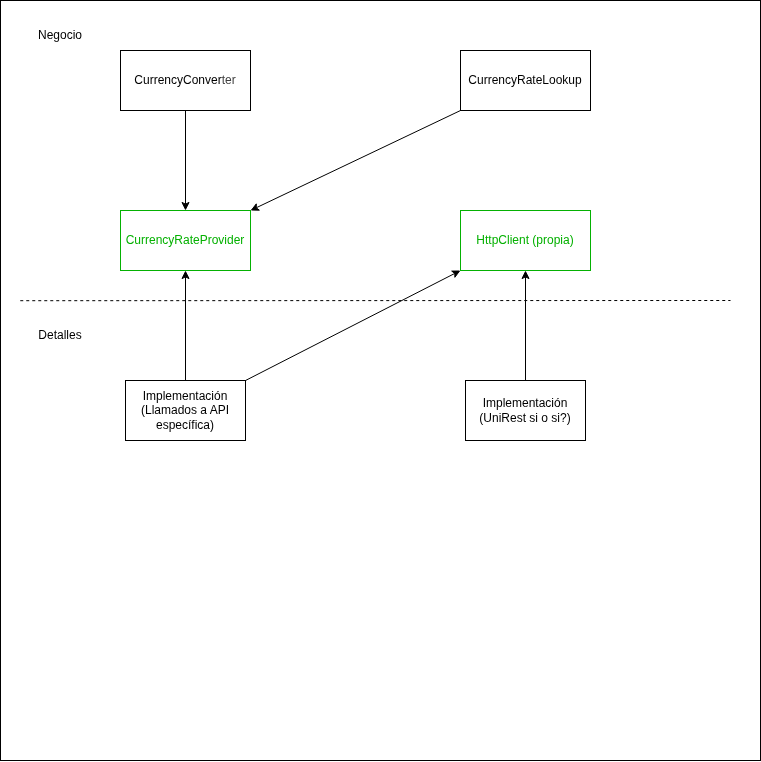
Above: diagram.png in Tobias-Noceda/DPS-TP1 (draw.io), before the change. Source tidied: cells renumbered, new cells last; positions are measured from the earlier drawing's top-left corner, leaving out a move shared by most shapes. The source it was exported from:
```xml
<mxGraphModel>
  <root>
    <mxCell id="0" />
    <mxCell id="1" parent="0" />
    <mxCell id="2" style="rounded=0;whiteSpace=wrap;html=1;" parent="1" vertex="1">
      <mxGeometry width="760" height="760" as="geometry" />
    </mxCell>
    <mxCell id="3" value="CurrencyRateProvider" style="rounded=0;whiteSpace=wrap;html=1;strokeColor=light-dark(#05B102,#EDEDED);fontColor=light-dark(#05b102, #ededed);" parent="1" vertex="1">
      <mxGeometry x="120" y="210" width="130" height="60" as="geometry" />
    </mxCell>
    <mxCell id="4" style="edgeStyle=none;html=1;exitX=0.5;exitY=1;exitDx=0;exitDy=0;" parent="1" edge="1" source="5" target="3">
      <mxGeometry relative="1" as="geometry" />
    </mxCell>
    <mxCell id="5" value="CurrencyConver&lt;span style=&quot;color: rgb(63, 63, 63); background-color: transparent;&quot;&gt;ter&lt;/span&gt;" style="rounded=0;whiteSpace=wrap;html=1;" parent="1" vertex="1">
      <mxGeometry x="120" y="50" width="130" height="60" as="geometry" />
    </mxCell>
    <mxCell id="6" style="edgeStyle=none;html=1;exitX=0;exitY=1;exitDx=0;exitDy=0;entryX=1;entryY=0;entryDx=0;entryDy=0;" parent="1" edge="1" source="7" target="3">
      <mxGeometry relative="1" as="geometry" />
    </mxCell>
    <mxCell id="7" value="CurrencyRateLookup" style="rounded=0;whiteSpace=wrap;html=1;" parent="1" vertex="1">
      <mxGeometry x="460" y="50" width="130" height="60" as="geometry" />
    </mxCell>
    <mxCell id="8" value="HttpClient (propia)" style="rounded=0;whiteSpace=wrap;html=1;fontColor=light-dark(#05b102, #ededed);strokeColor=#05B102;" parent="1" vertex="1">
      <mxGeometry x="460" y="210" width="130" height="60" as="geometry" />
    </mxCell>
    <mxCell id="9" style="endArrow=none;dashed=1;html=1;exitX=0.026;exitY=0.395;exitDx=0;exitDy=0;exitPerimeter=0;" parent="1" edge="1" source="2">
      <mxGeometry relative="1" as="geometry">
        <mxPoint x="730" y="300" as="targetPoint" />
      </mxGeometry>
    </mxCell>
    <mxCell id="10" value="Negocio" style="text;html=1;align=center;verticalAlign=middle;whiteSpace=wrap;rounded=0;" parent="1" vertex="1">
      <mxGeometry x="30" y="20" width="60" height="30" as="geometry" />
    </mxCell>
    <mxCell id="11" value="Detalles" style="text;html=1;align=center;verticalAlign=middle;whiteSpace=wrap;rounded=0;" parent="1" vertex="1">
      <mxGeometry x="30" y="320" width="60" height="30" as="geometry" />
    </mxCell>
    <mxCell id="12" style="edgeStyle=none;html=1;exitX=0.5;exitY=0;exitDx=0;exitDy=0;entryX=0.5;entryY=1;entryDx=0;entryDy=0;" parent="1" edge="1" source="14" target="3">
      <mxGeometry relative="1" as="geometry" />
    </mxCell>
    <mxCell id="13" style="edgeStyle=none;html=1;exitX=1;exitY=0;exitDx=0;exitDy=0;entryX=0;entryY=1;entryDx=0;entryDy=0;" parent="1" edge="1" source="14" target="8">
      <mxGeometry relative="1" as="geometry" />
    </mxCell>
    <mxCell id="14" value="Implementación&lt;br&gt;(Llamados a API específica)" style="rounded=0;whiteSpace=wrap;html=1;" parent="1" vertex="1">
      <mxGeometry x="125" y="380" width="120" height="60" as="geometry" />
    </mxCell>
    <mxCell id="15" style="edgeStyle=none;html=1;entryX=0.5;entryY=1;entryDx=0;entryDy=0;" parent="1" edge="1" source="16" target="8">
      <mxGeometry relative="1" as="geometry" />
    </mxCell>
    <mxCell id="16" value="Implementación&lt;br&gt;(UniRest si o si?)" style="rounded=0;whiteSpace=wrap;html=1;" parent="1" vertex="1">
      <mxGeometry x="465" y="380" width="120" height="60" as="geometry" />
    </mxCell>
  </root>
</mxGraphModel>
```
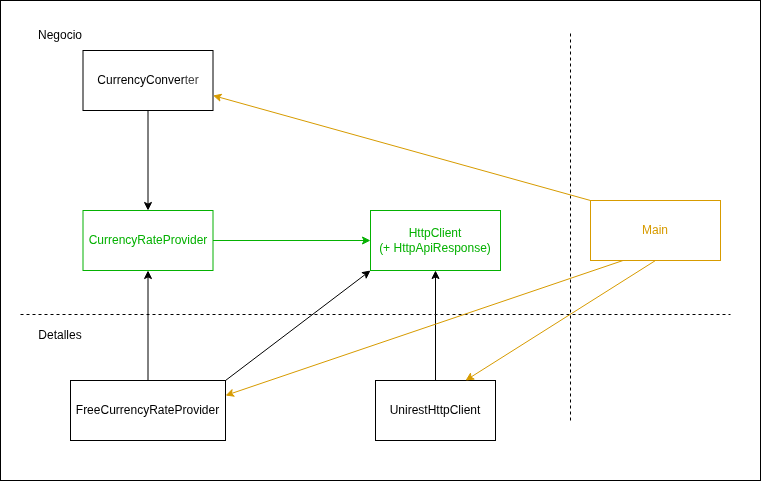
The same diagram one commit later.

What changed in the source:
```diff
@@ -3,29 +3,27 @@
     <mxCell id="0" />
     <mxCell id="1" parent="0" />
     <mxCell id="2" style="rounded=0;whiteSpace=wrap;html=1;" parent="1" vertex="1">
-      <mxGeometry width="760" height="760" as="geometry" />
+      <mxGeometry width="760" height="480" as="geometry" />
     </mxCell>
     <mxCell id="3" value="CurrencyRateProvider" style="rounded=0;whiteSpace=wrap;html=1;strokeColor=light-dark(#05B102,#EDEDED);fontColor=light-dark(#05b102, #ededed);" parent="1" vertex="1">
-      <mxGeometry x="120" y="210" width="130" height="60" as="geometry" />
+      <mxGeometry x="82.5" y="210" width="130" height="60" as="geometry" />
     </mxCell>
     <mxCell id="4" style="edgeStyle=none;html=1;exitX=0.5;exitY=1;exitDx=0;exitDy=0;" parent="1" edge="1" source="5" target="3">
       <mxGeometry relative="1" as="geometry" />
     </mxCell>
     <mxCell id="5" value="CurrencyConver&lt;span style=&quot;color: rgb(63, 63, 63); background-color: transparent;&quot;&gt;ter&lt;/span&gt;" style="rounded=0;whiteSpace=wrap;html=1;" parent="1" vertex="1">
-      <mxGeometry x="120" y="50" width="130" height="60" as="geometry" />
+      <mxGeometry x="82.5" y="50" width="130" height="60" as="geometry" />
     </mxCell>
-    <mxCell id="6" style="edgeStyle=none;html=1;exitX=0;exitY=1;exitDx=0;exitDy=0;entryX=1;entryY=0;entryDx=0;entryDy=0;" parent="1" edge="1" source="7" target="3">
+    <mxCell id="6" style="edgeStyle=none;html=1;exitX=1;exitY=0.5;exitDx=0;exitDy=0;entryX=0;entryY=0.5;entryDx=0;entryDy=0;strokeColor=light-dark(#05b102, #ededed);" parent="1" edge="1" source="3" target="8">
       <mxGeometry relative="1" as="geometry" />
     </mxCell>
-    <mxCell id="7" value="CurrencyRateLookup" style="rounded=0;whiteSpace=wrap;html=1;" parent="1" vertex="1">
-      <mxGeometry x="460" y="50" width="130" height="60" as="geometry" />
-    </mxCell>
-    <mxCell id="8" value="HttpClient (propia)" style="rounded=0;whiteSpace=wrap;html=1;fontColor=light-dark(#05b102, #ededed);strokeColor=#05B102;" parent="1" vertex="1">
-      <mxGeometry x="460" y="210" width="130" height="60" as="geometry" />
+    <mxCell id="8" value="HttpClient&lt;div&gt;&lt;span style=&quot;color: rgb(5, 177, 2);&quot;&gt;(+ HttpApiResponse)&lt;/span&gt;&lt;/div&gt;" style="rounded=0;whiteSpace=wrap;html=1;fontColor=light-dark(#05b102, #ededed);strokeColor=#05B102;" parent="1" vertex="1">
+      <mxGeometry x="370" y="210" width="130" height="60" as="geometry" />
     </mxCell>
-    <mxCell id="9" style="endArrow=none;dashed=1;html=1;exitX=0.026;exitY=0.395;exitDx=0;exitDy=0;exitPerimeter=0;" parent="1" edge="1" source="2">
+    <mxCell id="9" style="endArrow=none;dashed=1;html=1;" parent="1" edge="1">
       <mxGeometry relative="1" as="geometry">
-        <mxPoint x="730" y="300" as="targetPoint" />
+        <mxPoint x="20" y="314" as="sourcePoint" />
+        <mxPoint x="730" y="314" as="targetPoint" />
       </mxGeometry>
     </mxCell>
     <mxCell id="10" value="Negocio" style="text;html=1;align=center;verticalAlign=middle;whiteSpace=wrap;rounded=0;" parent="1" vertex="1">
@@ -40,14 +38,31 @@
     <mxCell id="13" style="edgeStyle=none;html=1;exitX=1;exitY=0;exitDx=0;exitDy=0;entryX=0;entryY=1;entryDx=0;entryDy=0;" parent="1" edge="1" source="14" target="8">
       <mxGeometry relative="1" as="geometry" />
     </mxCell>
-    <mxCell id="14" value="Implementación&lt;br&gt;(Llamados a API específica)" style="rounded=0;whiteSpace=wrap;html=1;" parent="1" vertex="1">
-      <mxGeometry x="125" y="380" width="120" height="60" as="geometry" />
+    <mxCell id="14" value="FreeCurrencyRateProvider" style="rounded=0;whiteSpace=wrap;html=1;" parent="1" vertex="1">
+      <mxGeometry x="70" y="380" width="155" height="60" as="geometry" />
     </mxCell>
     <mxCell id="15" style="edgeStyle=none;html=1;entryX=0.5;entryY=1;entryDx=0;entryDy=0;" parent="1" edge="1" source="16" target="8">
       <mxGeometry relative="1" as="geometry" />
     </mxCell>
-    <mxCell id="16" value="Implementación&lt;br&gt;(UniRest si o si?)" style="rounded=0;whiteSpace=wrap;html=1;" parent="1" vertex="1">
-      <mxGeometry x="465" y="380" width="120" height="60" as="geometry" />
+    <mxCell id="16" value="UnirestHttpClient" style="rounded=0;whiteSpace=wrap;html=1;" parent="1" vertex="1">
+      <mxGeometry x="375" y="380" width="120" height="60" as="geometry" />
     </mxCell>
+    <mxCell id="17" style="endArrow=none;dashed=1;html=1;exitX=0.75;exitY=0.875;exitDx=0;exitDy=0;exitPerimeter=0;" parent="1" edge="1" source="2">
+      <mxGeometry relative="1" as="geometry">
+        <mxPoint x="570" y="30" as="targetPoint" />
+      </mxGeometry>
+    </mxCell>
+    <mxCell id="18" style="edgeStyle=none;html=1;exitX=0;exitY=0;exitDx=0;exitDy=0;entryX=1;entryY=0.75;entryDx=0;entryDy=0;strokeColor=light-dark(#d79b00, #ededed);" parent="1" edge="1" source="21" target="5">
+      <mxGeometry relative="1" as="geometry" />
+    </mxCell>
+    <mxCell id="19" style="edgeStyle=none;html=1;exitX=0.25;exitY=1;exitDx=0;exitDy=0;entryX=1;entryY=0.25;entryDx=0;entryDy=0;strokeColor=light-dark(#d79b00, #ededed);" parent="1" edge="1" source="21" target="14">
+      <mxGeometry relative="1" as="geometry" />
+    </mxCell>
+    <mxCell id="20" style="edgeStyle=none;html=1;exitX=0.5;exitY=1;exitDx=0;exitDy=0;entryX=0.75;entryY=0;entryDx=0;entryDy=0;strokeColor=light-dark(#d79b00, #ededed);" parent="1" edge="1" source="21" target="16">
+      <mxGeometry relative="1" as="geometry" />
+    </mxCell>
+    <mxCell id="21" value="&lt;font style=&quot;color: light-dark(rgb(215, 155, 0), rgb(237, 237, 237));&quot;&gt;Main&lt;/font&gt;" style="rounded=0;whiteSpace=wrap;html=1;strokeColor=light-dark(#d79b00, #ededed);" parent="1" vertex="1">
+      <mxGeometry x="590" y="200" width="130" height="60" as="geometry" />
+    </mxCell>
   </root>
 </mxGraphModel>
```
